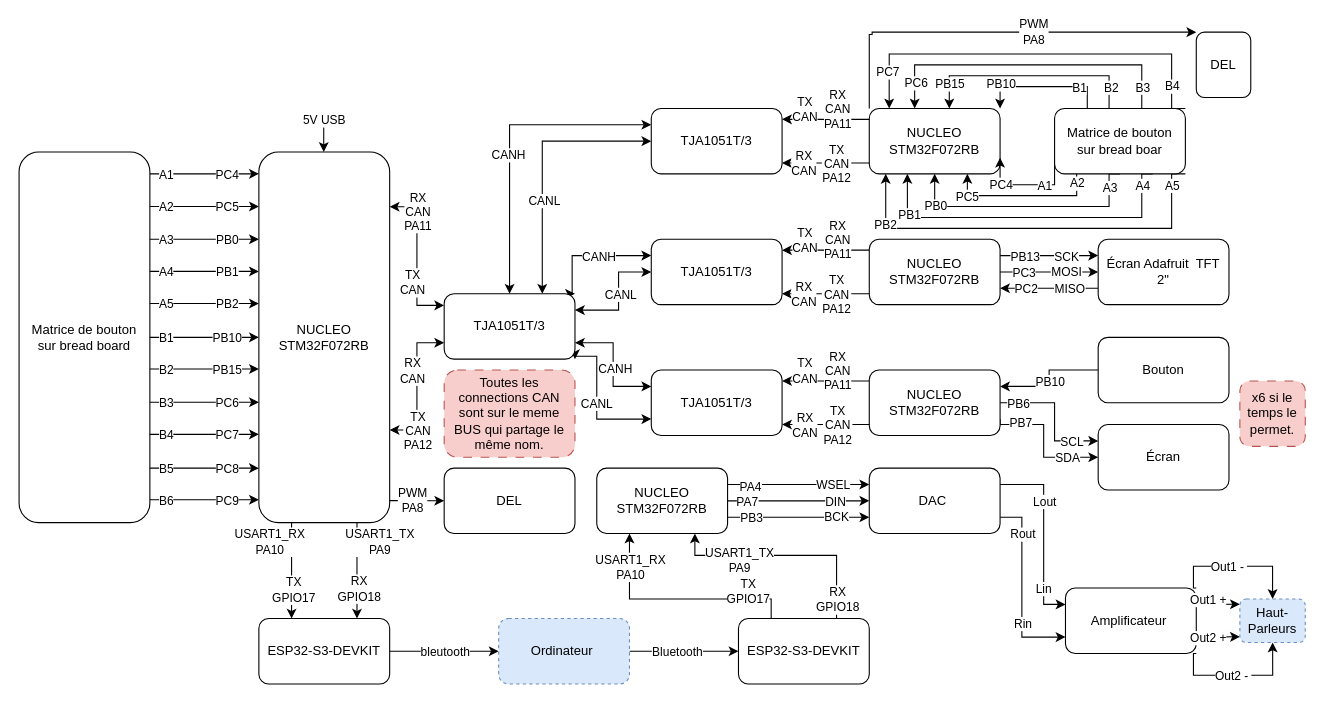
Earlier version of the draw.io diagram Diagramme sans nom.drawio (McJorts/Devoir). Source tidied: cells renumbered, new cells numbered last; positions are measured from the earlier drawing's top-left corner, leaving out a move shared by most shapes. Both pictures are drawn from the tidied source at 109%, with x=0, y=0 at pixel (19, 32).
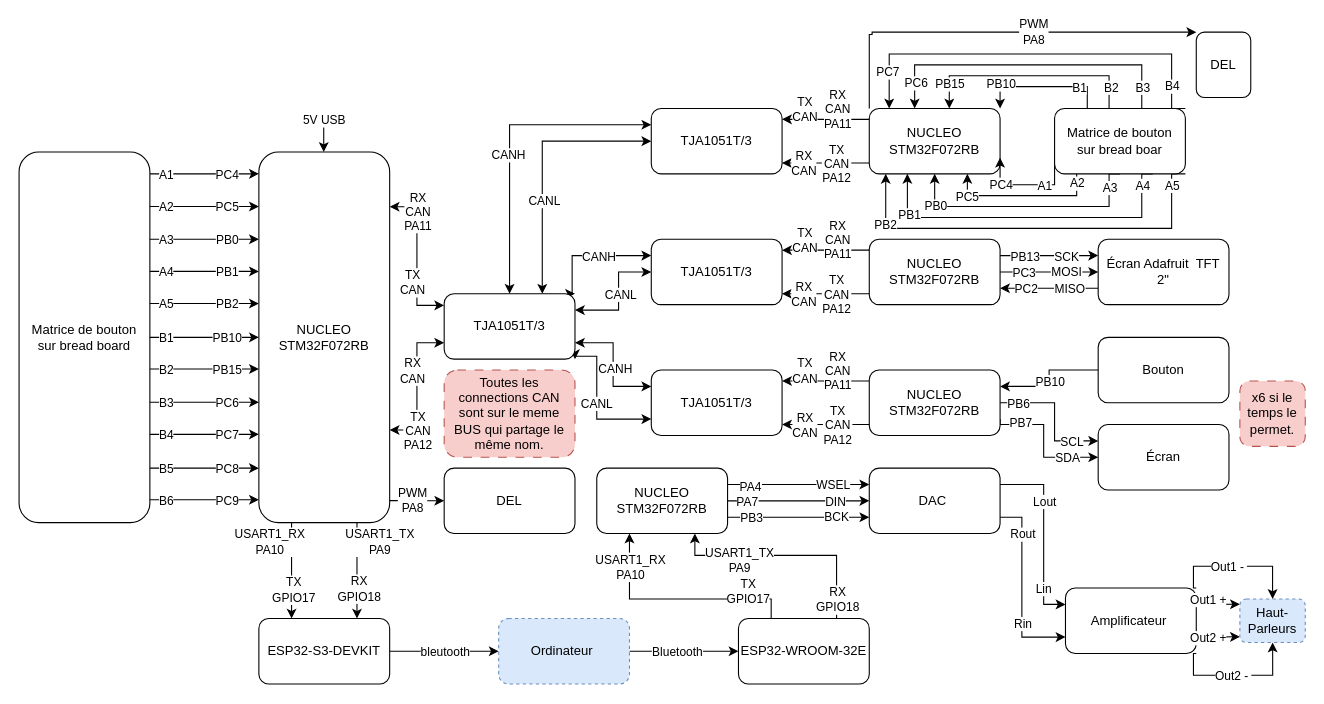
After the change.

Commit message:
Avec bon ESP

Change to the diagram source:
```diff
@@
-    <mxCell id="129" value="ESP32-S3-DEVKIT" style="rounded=1;whiteSpace=wrap;html=1;roundedPerimeter=1;" parent="1" vertex="1">
+    <mxCell id="129" value=" ESP32-WROOM-32E" style="rounded=1;whiteSpace=wrap;html=1;roundedPerimeter=1;" parent="1" vertex="1">
       <mxGeometry x="660" y="538" width="120" height="60" as="geometry" />
     </mxCell>
```
